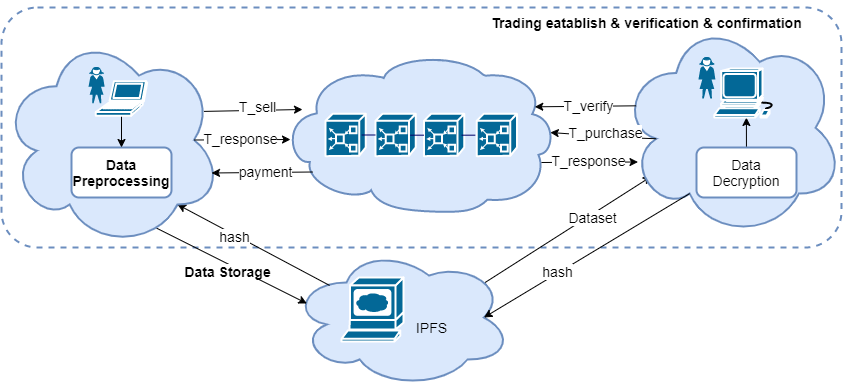
The draw.io diagram overview.png in yyuu-6/1111, before a commit. Source tidied: cells renumbered, new cells last; positions are measured from the earlier drawing's top-left corner, leaving out a move shared by most shapes.
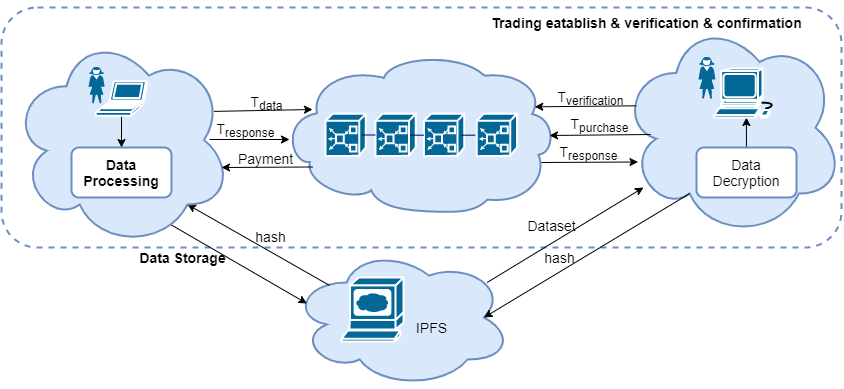
After the commit.

Change to the diagram source:
```diff
@@ -5,47 +5,49 @@
     <mxCell id="2" style="rounded=1;whiteSpace=wrap;html=1;fontSize=13;strokeColor=#6C8EBF;strokeWidth=2;dashed=1;" parent="1" vertex="1">
       <mxGeometry width="840" height="240" as="geometry" />
     </mxCell>
-    <mxCell id="3" style="edgeStyle=none;rounded=0;jettySize=auto;html=1;exitX=0.88;exitY=0.25;exitDx=0;exitDy=0;exitPerimeter=0;fontSize=13;startArrow=none;startFill=0;endArrow=classic;endFill=1;fontStyle=0;" parent="1" edge="1" source="5">
+    <mxCell id="3" style="edgeStyle=none;rounded=0;orthogonalLoop=1;jettySize=auto;html=1;exitX=0.88;exitY=0.25;exitDx=0;exitDy=0;exitPerimeter=0;fontSize=13;startArrow=none;startFill=0;endArrow=classic;endFill=1;fontStyle=0;" parent="1" edge="1">
       <mxGeometry relative="1" as="geometry">
-        <mxPoint x="649.9" y="168.9" as="targetPoint" />
+        <mxPoint x="485.6" y="275" as="sourcePoint" />
+        <mxPoint x="642" y="180" as="targetPoint" />
       </mxGeometry>
     </mxCell>
-    <mxCell id="4" value="&lt;font style=&quot;font-size: 14px&quot;&gt;&lt;span&gt;Dataset&lt;/span&gt;&lt;/font&gt;" style="edgeLabel;html=1;align=center;verticalAlign=middle;fontSize=13;fontStyle=0;" parent="3" vertex="1">
+    <mxCell id="4" value="&lt;font style=&quot;font-size: 14px&quot;&gt;&lt;span&gt;Dataset&lt;/span&gt;&lt;/font&gt;" style="edgeLabel;html=1;align=center;verticalAlign=middle;fontSize=13;fontStyle=0;labelBackgroundColor=none;" parent="3" vertex="1">
       <mxGeometry x="0.27" y="-2" relative="1" as="geometry">
-        <mxPoint y="1" as="offset" />
+        <mxPoint x="-37" y="2" as="offset" />
       </mxGeometry>
     </mxCell>
     <mxCell id="5" style="ellipse;shape=cloud;whiteSpace=wrap;html=1;strokeColor=#6c8ebf;strokeWidth=2;fillColor=#dae8fc;fontStyle=0;" parent="1" vertex="1">
       <mxGeometry x="290" y="240" width="220" height="140" as="geometry" />
     </mxCell>
-    <mxCell id="6" style="rounded=0;jettySize=auto;html=1;exitX=0.705;exitY=0.91;exitDx=0;exitDy=0;exitPerimeter=0;entryX=0.07;entryY=0.4;entryDx=0;entryDy=0;entryPerimeter=0;fontStyle=0;" parent="1" edge="1" source="12" target="5">
+    <mxCell id="6" style="rounded=0;jettySize=auto;html=1;exitX=0.723;exitY=0.893;exitDx=0;exitDy=0;exitPerimeter=0;entryX=0.07;entryY=0.4;entryDx=0;entryDy=0;entryPerimeter=0;fontStyle=0;" parent="1" edge="1" source="12" target="5">
       <mxGeometry relative="1" as="geometry" />
     </mxCell>
-    <mxCell id="7" value="&lt;font style=&quot;font-size: 14px&quot;&gt;&lt;span&gt;Data Storage&lt;/span&gt;&lt;/font&gt;" style="edgeLabel;html=1;align=center;verticalAlign=middle;fontStyle=1;" parent="6" vertex="1">
+    <mxCell id="7" value="&lt;font style=&quot;font-size: 14px&quot;&gt;&lt;span&gt;Data Storage&lt;/span&gt;&lt;/font&gt;" style="edgeLabel;html=1;align=center;verticalAlign=middle;fontStyle=1;labelBackgroundColor=none;" parent="6" vertex="1">
       <mxGeometry x="-0.25" y="2" relative="1" as="geometry">
-        <mxPoint x="13" y="16" as="offset" />
+        <mxPoint x="-41" y="5" as="offset" />
       </mxGeometry>
     </mxCell>
     <mxCell id="8" style="edgeStyle=none;rounded=0;jettySize=auto;html=1;exitX=0.8;exitY=0.8;exitDx=0;exitDy=0;exitPerimeter=0;entryX=0.173;entryY=0.271;entryDx=0;entryDy=0;entryPerimeter=0;startArrow=classic;startFill=1;endArrow=none;endFill=0;fontStyle=0;" parent="1" edge="1" source="12" target="5">
       <mxGeometry relative="1" as="geometry" />
     </mxCell>
-    <mxCell id="9" value="&lt;font style=&quot;font-size: 14px&quot;&gt;&lt;span&gt;hash&lt;/span&gt;&lt;/font&gt;" style="edgeLabel;html=1;align=center;verticalAlign=middle;fontSize=13;fontStyle=0;" parent="8" vertex="1">
+    <mxCell id="9" value="&lt;font style=&quot;font-size: 14px&quot;&gt;&lt;span&gt;hash&lt;/span&gt;&lt;/font&gt;" style="edgeLabel;html=1;align=center;verticalAlign=middle;fontSize=13;fontStyle=0;labelBackgroundColor=none;" parent="8" vertex="1">
       <mxGeometry x="-0.26" y="-2" relative="1" as="geometry">
-        <mxPoint x="1" as="offset" />
+        <mxPoint x="30" as="offset" />
       </mxGeometry>
     </mxCell>
-    <mxCell id="10" style="rounded=0;jettySize=auto;html=1;exitX=0.92;exitY=0.367;exitDx=0;exitDy=0;exitPerimeter=0;fontSize=13;startArrow=none;startFill=0;endArrow=classic;endFill=1;fontStyle=0;" parent="1" edge="1" source="12">
+    <mxCell id="10" style="rounded=0;orthogonalLoop=1;jettySize=auto;html=1;exitX=0.92;exitY=0.367;exitDx=0;exitDy=0;exitPerimeter=0;fontSize=13;startArrow=none;startFill=0;endArrow=classic;endFill=1;fontStyle=0;" parent="1" edge="1">
       <mxGeometry relative="1" as="geometry">
-        <mxPoint x="301" y="102" as="targetPoint" />
+        <mxPoint x="212.4" y="103.9" as="sourcePoint" />
+        <mxPoint x="311" y="102" as="targetPoint" />
       </mxGeometry>
     </mxCell>
-    <mxCell id="11" value="&lt;font style=&quot;font-size: 14px&quot;&gt;&lt;span&gt;T_sell&lt;/span&gt;&lt;/font&gt;" style="edgeLabel;html=1;align=center;verticalAlign=middle;fontSize=13;fontStyle=0;" parent="10" vertex="1">
+    <mxCell id="11" value="&lt;font style=&quot;font-size: 14px&quot;&gt;T&lt;sub&gt;data&lt;/sub&gt;&lt;/font&gt;" style="edgeLabel;html=1;align=center;verticalAlign=middle;fontSize=13;fontStyle=0;labelBackgroundColor=none;" parent="10" vertex="1">
       <mxGeometry x="0.31" y="-1" relative="1" as="geometry">
-        <mxPoint x="-12" y="-5" as="offset" />
+        <mxPoint x="-13" y="-8" as="offset" />
       </mxGeometry>
     </mxCell>
     <mxCell id="12" style="ellipse;shape=cloud;whiteSpace=wrap;html=1;strokeColor=#6c8ebf;strokeWidth=2;fillColor=#dae8fc;fontStyle=0;" parent="1" vertex="1">
-      <mxGeometry y="25" width="220" height="215" as="geometry" />
+      <mxGeometry x="10" y="25" width="220" height="215" as="geometry" />
     </mxCell>
     <mxCell id="13" style="group;fontStyle=0;" parent="1" vertex="1">
       <mxGeometry x="270" y="45" width="312" height="165" as="geometry" />
@@ -98,7 +100,7 @@
     <mxCell id="29" style="shape=mxgraph.cisco.computers_and_peripherals.web_browser;html=1;dashed=0;fillColor=#036897;strokeColor=#ffffff;strokeWidth=2;verticalLabelPosition=bottom;verticalAlign=top;align=center;fontStyle=0;" parent="1" vertex="1">
       <mxGeometry x="340" y="270" width="62" height="64" as="geometry" />
     </mxCell>
-    <mxCell id="30" value="&lt;font style=&quot;font-size: 14px&quot;&gt;&lt;span&gt;&lt;b&gt;Data Preprocessing&lt;/b&gt;&lt;/span&gt;&lt;/font&gt;" style="rounded=1;whiteSpace=wrap;html=1;strokeColor=#6C8EBF;strokeWidth=2;fontStyle=0;" parent="1" vertex="1">
+    <mxCell id="30" value="&lt;font style=&quot;font-size: 14px&quot;&gt;&lt;span&gt;&lt;b&gt;Data Processing&lt;/b&gt;&lt;/span&gt;&lt;/font&gt;" style="rounded=1;whiteSpace=wrap;html=1;strokeColor=#6C8EBF;strokeWidth=2;fontStyle=0;" parent="1" vertex="1">
       <mxGeometry x="70" y="140" width="100" height="50" as="geometry" />
     </mxCell>
     <mxCell id="31" style="shape=mxgraph.cisco.people.standing_woman;html=1;dashed=0;fillColor=#036897;strokeColor=#ffffff;strokeWidth=2;verticalLabelPosition=bottom;verticalAlign=top;align=center;fontStyle=0;" parent="1" vertex="1">
@@ -116,50 +118,41 @@
     <mxCell id="35" style="edgeStyle=none;rounded=0;jettySize=auto;html=1;exitX=0.31;exitY=0.8;exitDx=0;exitDy=0;exitPerimeter=0;entryX=0.875;entryY=0.5;entryDx=0;entryDy=0;entryPerimeter=0;fontSize=13;startArrow=none;startFill=0;endArrow=classic;endFill=1;fontStyle=0;" parent="1" edge="1" source="24" target="5">
       <mxGeometry relative="1" as="geometry" />
     </mxCell>
-    <mxCell id="36" value="&lt;font style=&quot;font-size: 14px&quot;&gt;&lt;span&gt;hash&lt;/span&gt;&lt;/font&gt;" style="edgeLabel;html=1;align=center;verticalAlign=middle;fontSize=13;fontStyle=0;" parent="35" vertex="1">
-      <mxGeometry x="0.29" y="-2" relative="1" as="geometry" />
+    <mxCell id="36" value="&lt;font style=&quot;font-size: 14px&quot;&gt;&lt;span&gt;hash&lt;/span&gt;&lt;/font&gt;" style="edgeLabel;html=1;align=center;verticalAlign=middle;fontSize=13;fontStyle=0;labelBackgroundColor=none;" parent="35" vertex="1">
+      <mxGeometry x="0.29" y="-2" relative="1" as="geometry">
+        <mxPoint x="2" y="-14" as="offset" />
+      </mxGeometry>
     </mxCell>
-    <mxCell id="37" style="edgeStyle=none;rounded=0;jettySize=auto;html=1;exitX=0.16;exitY=0.55;exitDx=0;exitDy=0;exitPerimeter=0;fontSize=13;startArrow=none;startFill=0;endArrow=classic;endFill=1;entryX=0.98;entryY=0.5;entryDx=0;entryDy=0;entryPerimeter=0;fontStyle=0;" parent="1" edge="1" source="24" target="14">
-      <mxGeometry relative="1" as="geometry">
-        <Array as="points">
-          <mxPoint x="620" y="130" />
-        </Array>
-      </mxGeometry>
-    </mxCell>
-    <mxCell id="38" value="&lt;font style=&quot;font-size: 14px&quot;&gt;&lt;span&gt;T_purchase&lt;/span&gt;&lt;/font&gt;" style="edgeLabel;html=1;align=center;verticalAlign=middle;fontSize=13;fontStyle=0;" parent="37" vertex="1">
-      <mxGeometry x="0.47" relative="1" as="geometry">
-        <mxPoint x="27" y="-2" as="offset" />
-      </mxGeometry>
-    </mxCell>
     <mxCell id="39" style="rounded=0;jettySize=auto;html=1;fontSize=13;startArrow=none;startFill=0;endArrow=classic;endFill=1;exitX=0.07;exitY=0.4;exitDx=0;exitDy=0;exitPerimeter=0;fontStyle=0;" parent="1" edge="1" source="24">
       <mxGeometry relative="1" as="geometry">
         <mxPoint x="533.3" y="99.3" as="targetPoint" />
       </mxGeometry>
     </mxCell>
-    <mxCell id="40" value="&lt;font style=&quot;font-size: 14px&quot;&gt;&lt;span&gt;T_verify&lt;/span&gt;&lt;/font&gt;" style="edgeLabel;html=1;align=center;verticalAlign=middle;fontSize=13;fontStyle=0;" parent="39" vertex="1">
+    <mxCell id="40" value="&lt;font style=&quot;font-size: 14px&quot;&gt;T&lt;sub&gt;verification&lt;/sub&gt;&lt;/font&gt;" style="edgeLabel;html=1;align=center;verticalAlign=middle;fontSize=13;fontStyle=0;labelBackgroundColor=none;" parent="39" vertex="1">
       <mxGeometry x="0.47" relative="1" as="geometry">
-        <mxPoint x="27" y="-2" as="offset" />
+        <mxPoint x="29" y="-9" as="offset" />
       </mxGeometry>
     </mxCell>
-    <mxCell id="41" style="rounded=0;jettySize=auto;html=1;exitX=0.875;exitY=0.5;exitDx=0;exitDy=0;exitPerimeter=0;fontSize=13;startArrow=none;startFill=0;endArrow=classic;endFill=1;fontStyle=0;" parent="1" edge="1" source="12">
+    <mxCell id="41" style="rounded=0;orthogonalLoop=1;jettySize=auto;html=1;fontSize=13;startArrow=none;startFill=0;endArrow=classic;endFill=1;fontStyle=0;" parent="1" edge="1">
       <mxGeometry relative="1" as="geometry">
-        <mxPoint x="289" y="132" as="targetPoint" />
+        <mxPoint x="208" y="132" as="sourcePoint" />
+        <mxPoint x="288" y="132" as="targetPoint" />
       </mxGeometry>
     </mxCell>
-    <mxCell id="42" value="&lt;font style=&quot;font-size: 14px&quot;&gt;&lt;span&gt;T_response&lt;/span&gt;&lt;/font&gt;" style="edgeLabel;html=1;align=center;verticalAlign=middle;fontSize=13;fontStyle=0;" parent="41" vertex="1">
+    <mxCell id="42" value="&lt;font style=&quot;font-size: 14px&quot;&gt;T&lt;sub&gt;response&lt;/sub&gt;&lt;/font&gt;" style="edgeLabel;html=1;align=center;verticalAlign=middle;fontSize=13;fontStyle=0;labelBackgroundColor=none;" parent="41" vertex="1">
       <mxGeometry x="0.31" y="-1" relative="1" as="geometry">
-        <mxPoint x="-17" y="-3" as="offset" />
+        <mxPoint x="-17" y="-11" as="offset" />
       </mxGeometry>
     </mxCell>
     <mxCell id="43" style="rounded=0;orthogonalLoop=1;jettySize=auto;html=1;fontSize=13;startArrow=none;startFill=0;endArrow=classic;endFill=1;exitX=0.07;exitY=0.4;exitDx=0;exitDy=0;exitPerimeter=0;fontStyle=0;" parent="1" edge="1">
       <mxGeometry relative="1" as="geometry">
-        <mxPoint x="311.3" y="164.5" as="sourcePoint" />
-        <mxPoint x="210" y="165.5" as="targetPoint" />
+        <mxPoint x="311.3" y="159.5" as="sourcePoint" />
+        <mxPoint x="220" y="160" as="targetPoint" />
       </mxGeometry>
     </mxCell>
-    <mxCell id="44" value="&lt;font style=&quot;font-size: 14px&quot;&gt;&lt;span&gt;payment&lt;/span&gt;&lt;/font&gt;" style="edgeLabel;html=1;align=center;verticalAlign=middle;fontSize=13;fontStyle=0;" parent="43" vertex="1">
+    <mxCell id="44" value="&lt;font style=&quot;font-size: 14px&quot;&gt;&lt;span&gt;Payment&lt;/span&gt;&lt;/font&gt;" style="edgeLabel;html=1;align=center;verticalAlign=middle;fontSize=13;fontStyle=0;labelBackgroundColor=none;" parent="43" vertex="1">
       <mxGeometry x="0.47" relative="1" as="geometry">
-        <mxPoint x="27" y="-2" as="offset" />
+        <mxPoint x="19" y="-9" as="offset" />
       </mxGeometry>
     </mxCell>
     <mxCell id="45" style="rounded=0;orthogonalLoop=1;jettySize=auto;html=1;exitX=0.875;exitY=0.5;exitDx=0;exitDy=0;exitPerimeter=0;fontSize=13;startArrow=none;startFill=0;endArrow=classic;endFill=1;fontStyle=0;" parent="1" edge="1">
@@ -168,9 +161,9 @@
         <mxPoint x="636.5" y="154.5" as="targetPoint" />
       </mxGeometry>
     </mxCell>
-    <mxCell id="46" value="&lt;font style=&quot;font-size: 14px&quot;&gt;&lt;span&gt;T_response&lt;/span&gt;&lt;/font&gt;" style="edgeLabel;html=1;align=center;verticalAlign=middle;fontSize=13;fontStyle=0;" parent="45" vertex="1">
+    <mxCell id="46" value="&lt;font style=&quot;font-size: 14px&quot;&gt;T&lt;sub&gt;response&lt;/sub&gt;&lt;/font&gt;" style="edgeLabel;html=1;align=center;verticalAlign=middle;fontSize=13;fontStyle=0;labelBackgroundColor=none;" parent="45" vertex="1">
       <mxGeometry x="0.31" y="-1" relative="1" as="geometry">
-        <mxPoint x="-17" y="-3" as="offset" />
+        <mxPoint x="-17" y="-10" as="offset" />
       </mxGeometry>
     </mxCell>
     <mxCell id="47" style="edgeStyle=none;rounded=0;orthogonalLoop=1;jettySize=auto;html=1;exitX=0.5;exitY=0;exitDx=0;exitDy=0;fontSize=13;startArrow=none;startFill=0;endArrow=classic;endFill=1;fontStyle=0;" parent="1" edge="1" source="2" target="2">
@@ -179,5 +172,16 @@
     <mxCell id="48" value="&lt;font style=&quot;font-size: 14px&quot;&gt;&lt;b&gt;Trading eatablish &amp;amp; verification &amp;amp; confirmation&lt;/b&gt;&lt;/font&gt;" style="text;html=1;align=center;verticalAlign=middle;strokeColor=none;fontSize=13;" parent="1" vertex="1">
       <mxGeometry x="480" y="5" width="330" height="20" as="geometry" />
     </mxCell>
+    <mxCell id="49" style="rounded=0;orthogonalLoop=1;jettySize=auto;html=1;fontSize=13;startArrow=none;startFill=0;endArrow=classic;endFill=1;exitX=0.07;exitY=0.4;exitDx=0;exitDy=0;exitPerimeter=0;fontStyle=0;" parent="1" edge="1">
+      <mxGeometry relative="1" as="geometry">
+        <mxPoint x="649.3" y="127" as="sourcePoint" />
+        <mxPoint x="548" y="128" as="targetPoint" />
+      </mxGeometry>
+    </mxCell>
+    <mxCell id="50" value="&lt;font style=&quot;font-size: 14px&quot;&gt;T&lt;sub&gt;purchase&lt;/sub&gt;&lt;/font&gt;" style="edgeLabel;html=1;align=center;verticalAlign=middle;fontSize=13;fontStyle=0;labelBackgroundColor=none;" parent="49" vertex="1">
+      <mxGeometry x="0.47" relative="1" as="geometry">
+        <mxPoint x="23" y="-10" as="offset" />
+      </mxGeometry>
+    </mxCell>
   </root>
 </mxGraphModel>
```
